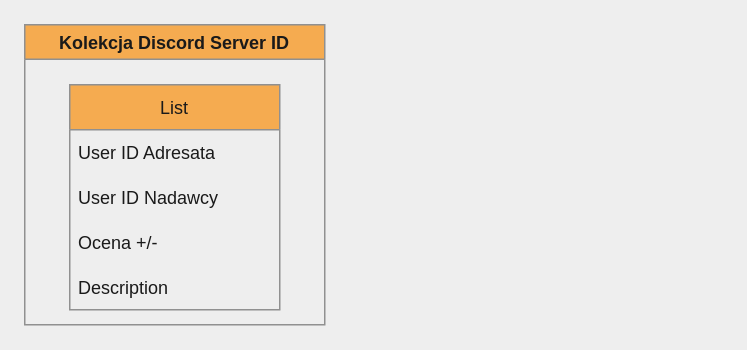
Above: page "Struktura bazy danych" (2 of 2) of TradeRepBot.drawio in zbejzer/TradeRepBot (draw.io), before the change. Source tidied: cells renumbered, new cells numbered last; positions are measured from the earlier drawing's top-left corner, leaving out a move shared by most shapes. Both pictures are drawn from the tidied source at 150%, with x=0, y=0 at pixel (24, 24).
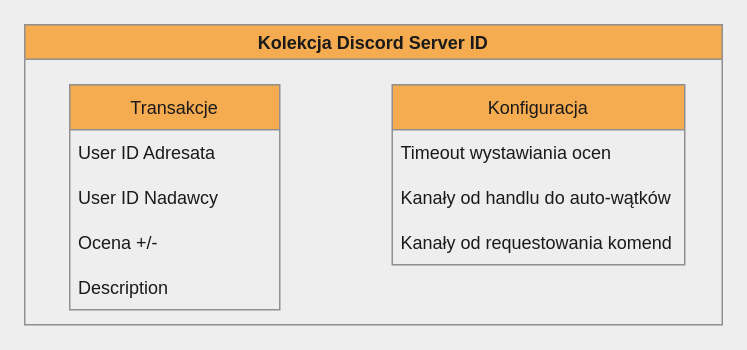
The same diagram, later.

Diff of the diagram source:
```diff
@@
 <mxGraphModel background="#EEEEEE">
   <root>
     <mxCell id="0" />
     <mxCell id="1" parent="0" />
     <mxCell id="2" value="Kolekcja Discord Server ID" style="swimlane;rounded=0;sketch=0;fontColor=#1A1A1A;strokeColor=#909090;fillColor=#F5AB50;" parent="1" vertex="1">
-      <mxGeometry width="200" height="200" as="geometry" />
+      <mxGeometry width="465" height="200" as="geometry" />
     </mxCell>
-    <mxCell id="3" value="List" style="swimlane;fontStyle=0;horizontal=1;startSize=30;fillColor=#F5AB50;strokeColor=#909090;fontColor=#1A1A1A;" parent="2" vertex="1">
+    <mxCell id="3" value="Transakcje" style="swimlane;fontStyle=0;horizontal=1;startSize=30;fillColor=#F5AB50;strokeColor=#909090;fontColor=#1A1A1A;" parent="2" vertex="1">
       <mxGeometry x="30" y="40" width="140" height="150" as="geometry" />
     </mxCell>
     <mxCell id="4" value="User ID Adresata" style="text;strokeColor=none;fillColor=none;align=left;verticalAlign=middle;spacingLeft=4;spacingRight=4;overflow=hidden;fontColor=#1A1A1A;" parent="3" vertex="1">
       <mxGeometry y="30" width="140" height="30" as="geometry" />
     </mxCell>
     <mxCell id="5" value="User ID Nadawcy" style="text;strokeColor=none;fillColor=none;align=left;verticalAlign=middle;spacingLeft=4;spacingRight=4;overflow=hidden;fontColor=#1A1A1A;" parent="3" vertex="1">
       <mxGeometry y="60" width="140" height="30" as="geometry" />
     </mxCell>
     <mxCell id="6" value="Ocena +/-" style="text;strokeColor=none;fillColor=none;align=left;verticalAlign=middle;spacingLeft=4;spacingRight=4;overflow=hidden;fontColor=#1A1A1A;" parent="3" vertex="1">
       <mxGeometry y="90" width="140" height="30" as="geometry" />
     </mxCell>
     <mxCell id="7" value="Description" style="text;strokeColor=none;fillColor=none;align=left;verticalAlign=middle;spacingLeft=4;spacingRight=4;overflow=hidden;fontColor=#1A1A1A;" parent="3" vertex="1">
       <mxGeometry y="120" width="140" height="30" as="geometry" />
     </mxCell>
+    <mxCell id="8" value="Konfiguracja" style="swimlane;fontStyle=0;horizontal=1;startSize=30;fillColor=#F5AB50;strokeColor=#909090;fontColor=#1A1A1A;" parent="2" vertex="1">
+      <mxGeometry x="245" y="40" width="195" height="120" as="geometry" />
+    </mxCell>
+    <mxCell id="9" value="Timeout wystawiania ocen" style="text;strokeColor=none;fillColor=none;align=left;verticalAlign=middle;spacingLeft=4;spacingRight=4;overflow=hidden;fontColor=#1A1A1A;" parent="8" vertex="1">
+      <mxGeometry y="30" width="195" height="30" as="geometry" />
+    </mxCell>
+    <mxCell id="10" value="Kanały od handlu do auto-wątków" style="text;strokeColor=none;fillColor=none;align=left;verticalAlign=middle;spacingLeft=4;spacingRight=4;overflow=hidden;fontColor=#1A1A1A;" parent="8" vertex="1">
+      <mxGeometry y="60" width="195" height="30" as="geometry" />
+    </mxCell>
+    <mxCell id="11" value="Kanały od requestowania komend" style="text;strokeColor=none;fillColor=none;align=left;verticalAlign=middle;spacingLeft=4;spacingRight=4;overflow=hidden;fontColor=#1A1A1A;" parent="8" vertex="1">
+      <mxGeometry y="90" width="195" height="30" as="geometry" />
+    </mxCell>
   </root>
 </mxGraphModel>
```
